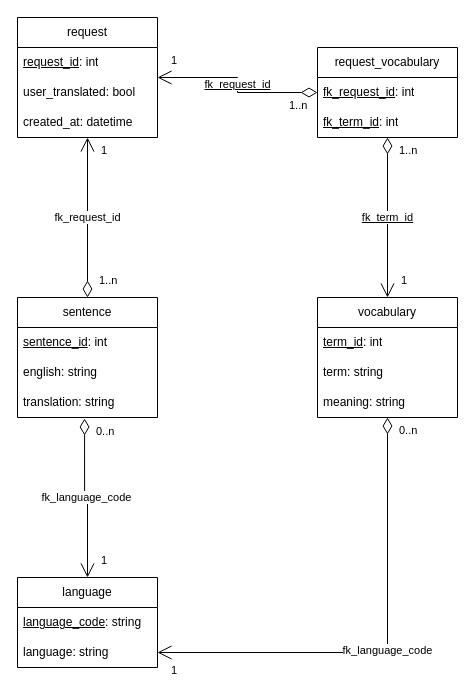
Earlier version of the draw.io diagram docs/database.drawio (lunolunoluno/VocaPractice). Source tidied: cells renumbered, new cells numbered last; positions are measured from the earlier drawing's top-left corner, leaving out a move shared by most shapes. Both pictures are drawn from the tidied source at 100%, with x=0, y=0 at pixel (17, 17).
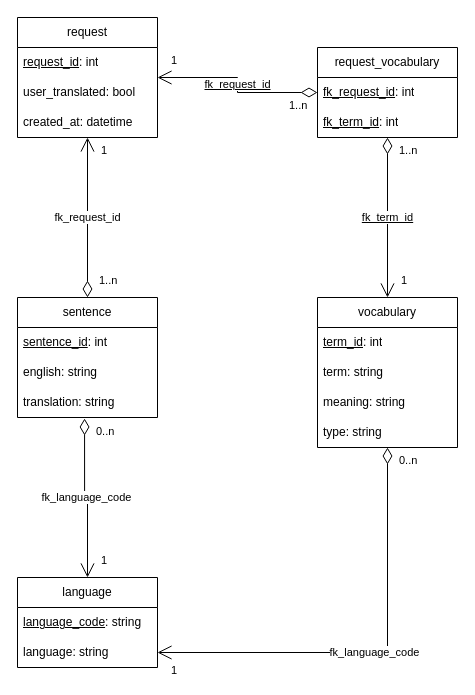
Above is the later version.

The edit, as a diff of the source:
```diff
@@
     <mxCell id="13" value="vocabulary" style="swimlane;fontStyle=0;horizontal=1;startSize=30;whiteSpace=wrap;html=1;" parent="1" vertex="1">
-      <mxGeometry x="300" y="280" width="140" height="120" as="geometry" />
+      <mxGeometry x="300" y="280" width="140" height="150" as="geometry" />
     </mxCell>
@@
+    <mxCell id="35" value="type: string" style="text;strokeColor=none;fillColor=none;align=left;verticalAlign=middle;spacingLeft=4;spacingRight=4;overflow=hidden;whiteSpace=wrap;html=1;" parent="13" vertex="1">
+      <mxGeometry y="120" width="140" height="30" as="geometry" />
+    </mxCell>
```
